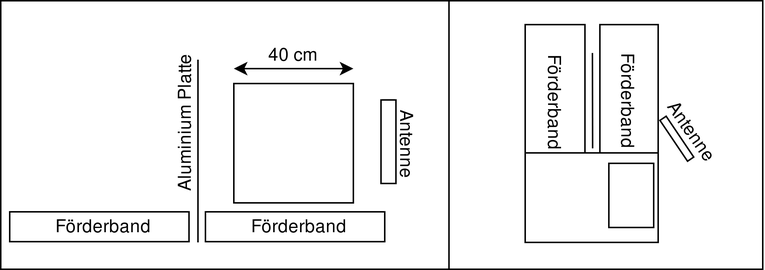
Before: img/Positionierung_Antennen.png, a diagram exported from draw.io (HSLU-BaumannWicki/BDA_FS19-Machbarkeitsstudie). Source tidied: cells renumbered, new cells last; positions are measured from the earlier drawing's top-left corner, leaving out a move shared by most shapes.
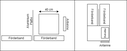
Later version of the same file.

Change to the diagram source:
```diff
@@ -3,10 +3,10 @@
     <mxCell id="0" />
     <mxCell id="1" parent="0" />
     <mxCell id="2" style="rounded=0;whiteSpace=wrap;html=1;" parent="1" vertex="1">
-      <mxGeometry x="300" width="210" height="180" as="geometry" />
+      <mxGeometry x="300" width="210" height="202" as="geometry" />
     </mxCell>
     <mxCell id="3" style="rounded=0;whiteSpace=wrap;html=1;" parent="1" vertex="1">
-      <mxGeometry width="300" height="180" as="geometry" />
+      <mxGeometry width="300" height="202" as="geometry" />
     </mxCell>
     <mxCell id="4" value="Förderband" style="rounded=0;whiteSpace=wrap;html=1;" parent="1" vertex="1">
       <mxGeometry x="137" y="141.5" width="120" height="20" as="geometry" />
@@ -39,7 +39,7 @@
       </mxGeometry>
     </mxCell>
     <mxCell id="12" value="Aluminium Platte" style="text;html=1;strokeColor=none;fillColor=none;align=center;verticalAlign=middle;whiteSpace=wrap;rounded=0;rotation=-90;" parent="1" vertex="1">
-      <mxGeometry x="78" y="77.5" width="92" height="13" as="geometry" />
+      <mxGeometry x="72" y="77.5" width="92" height="13" as="geometry" />
     </mxCell>
     <mxCell id="13" value="Förderband" style="rounded=0;whiteSpace=wrap;html=1;rotation=90;" parent="1" vertex="1">
       <mxGeometry x="321" y="46" width="100" height="40" as="geometry" />
@@ -50,11 +50,11 @@
     <mxCell id="15" style="rounded=0;whiteSpace=wrap;html=1;rotation=0;" parent="1" vertex="1">
       <mxGeometry x="351" y="102" width="89" height="60" as="geometry" />
     </mxCell>
-    <mxCell id="16" style="rounded=0;whiteSpace=wrap;html=1;rotation=56;" parent="1" vertex="1">
-      <mxGeometry x="436" y="90" width="33" height="5" as="geometry" />
+    <mxCell id="16" style="rounded=0;whiteSpace=wrap;html=1;rotation=0;" parent="1" vertex="1">
+      <mxGeometry x="405.5" y="164" width="33" height="5" as="geometry" />
     </mxCell>
-    <mxCell id="17" value="Antenne" style="text;html=1;strokeColor=none;fillColor=none;align=center;verticalAlign=middle;whiteSpace=wrap;rounded=0;rotation=55;" parent="1" vertex="1">
-      <mxGeometry x="438" y="80" width="46" height="15" as="geometry" />
+    <mxCell id="17" value="Antenne" style="text;html=1;strokeColor=none;fillColor=none;align=center;verticalAlign=middle;whiteSpace=wrap;rounded=0;rotation=0;" parent="1" vertex="1">
+      <mxGeometry x="397.5" y="172" width="46" height="15" as="geometry" />
     </mxCell>
     <mxCell id="18" style="rounded=0;whiteSpace=wrap;html=1;direction=west;" parent="1" vertex="1">
       <mxGeometry x="407" y="109" width="30" height="43" as="geometry" />
@@ -65,5 +65,8 @@
         <mxPoint x="396" y="35" as="targetPoint" />
       </mxGeometry>
     </mxCell>
+    <mxCell id="20" value="Behälter" style="text;html=1;strokeColor=none;fillColor=none;align=center;verticalAlign=middle;whiteSpace=wrap;rounded=0;rotation=-90;fontSize=10;" parent="1" vertex="1">
+      <mxGeometry x="399" y="123" width="46" height="15" as="geometry" />
+    </mxCell>
   </root>
 </mxGraphModel>
```
